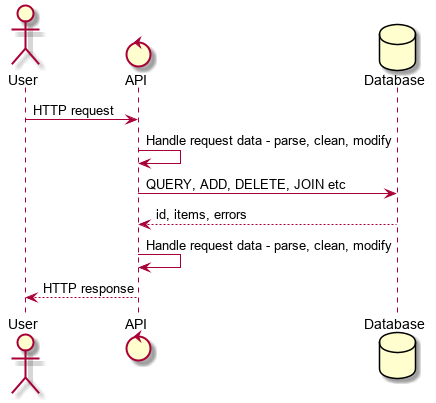
MechaProgrammer/programmable-web-2019 keeps this PlantUML diagram as docs/diagrams/database.png. Above is the earlier version. Its diagram source:
```plantuml
@startuml
actor User
control API
database Database

User -> API: HTTP request
API -> API: Handle request data - parse, clean, modify
API -> Database: QUERY, ADD, DELETE, JOIN etc
API <-- Database: id, items, errors
API -> API: Handle request data - parse, clean, modify
User <-- API: HTTP response
@enduml
```
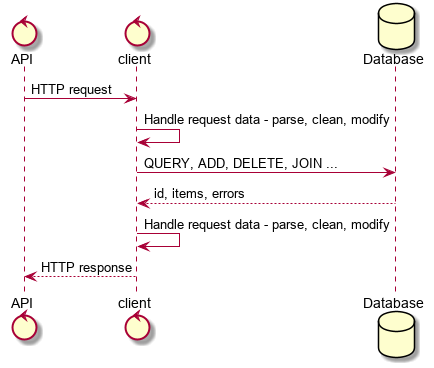
Later version of the same file.

Commit message:
sequencer diagram

The edit, as a diff of the source:
```diff
@@ -1,12 +1,12 @@
 @startuml
-actor User
 control API
+control client
 database Database
 
-User -> API: HTTP request
-API -> API: Handle request data - parse, clean, modify
-API -> Database: QUERY, ADD, DELETE, JOIN etc
-API <-- Database: id, items, errors
-API -> API: Handle request data - parse, clean, modify
-User <-- API: HTTP response
+API -> client: HTTP request
+client -> client: Handle request data - parse, clean, modify
+client -> Database: QUERY, ADD, DELETE, JOIN ...
+client <-- Database: id, items, errors
+client -> client: Handle request data - parse, clean, modify
+API <-- client: HTTP response
 @enduml
```
